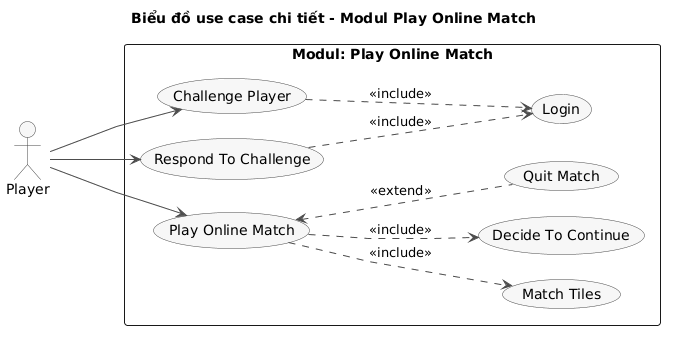
This is docs/uml/pha1/uc-m4-play-online-match.png from VattenL/mobile-pikachu, a PlantUML export, as it was before one commit.
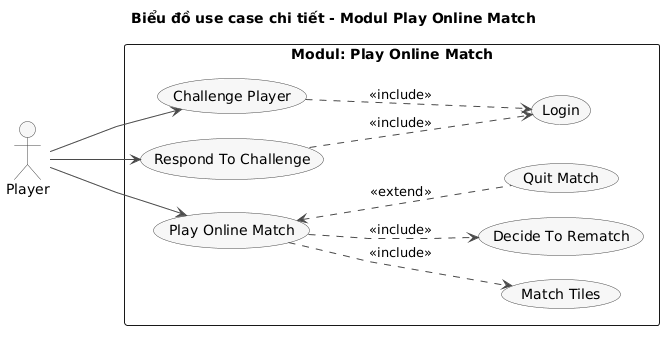
After the change.

What changed in the source:
```diff
@@ -25,7 +25,7 @@
   usecase "Play Online Match" as UC08
   usecase "Login" as UC02
   usecase "Match Tiles" as UC08_1
-  usecase "Decide To Continue" as UC08_2
+  usecase "Decide To Rematch" as UC08_2
   usecase "Quit Match" as UC08_3
 }
 
```
